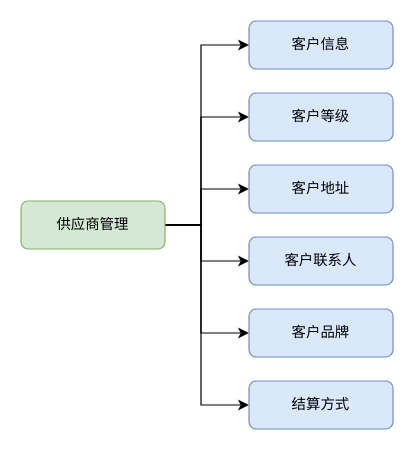
The draw.io diagram 客户管理.drawio in pbm0802/GitIDEATest, before the edit. Source tidied: cells renumbered, new cells numbered last; positions are measured from the earlier drawing's top-left corner, leaving out a move shared by most shapes. Both pictures are drawn from the tidied source at 120%, with x=0, y=0 at pixel (20, 20).
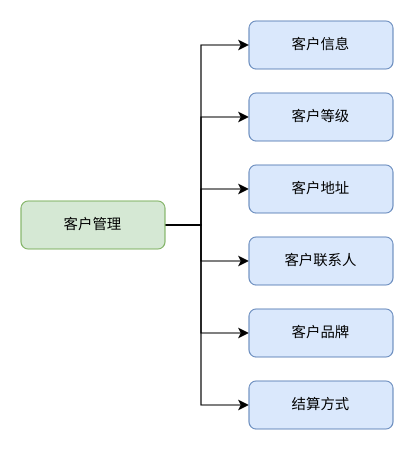
After the change.

Commit message (it also covers changes not shown here):
更新客户管理.drawio

What changed in the source:
```diff
@@
-    <mxCell id="9" value="供应商管理" style="rounded=1;whiteSpace=wrap;html=1;fontSize=12;glass=0;strokeWidth=1;shadow=0;fillColor=#d5e8d4;strokeColor=#82b366;" parent="1" vertex="1">
+    <mxCell id="9" value="客户管理" style="rounded=1;whiteSpace=wrap;html=1;fontSize=12;glass=0;strokeWidth=1;shadow=0;fillColor=#d5e8d4;strokeColor=#82b366;" parent="1" vertex="1">
       <mxGeometry y="150" width="120" height="40" as="geometry" />
     </mxCell>
```
